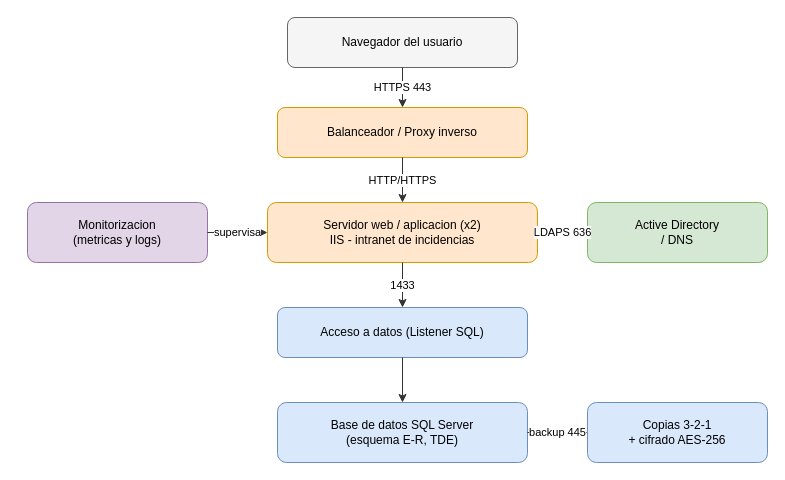
Above: desarrollo/red/diagramas/11-2-componentes.drawio in arnaumartinezmorant-lang/PROYECTO (draw.io), before the change. Source tidied: cells renumbered, new cells numbered last; positions are measured from the earlier drawing's top-left corner, leaving out a move shared by most shapes. Both pictures are drawn from the tidied source at 100%, with x=0, y=0 at pixel (27, 17).
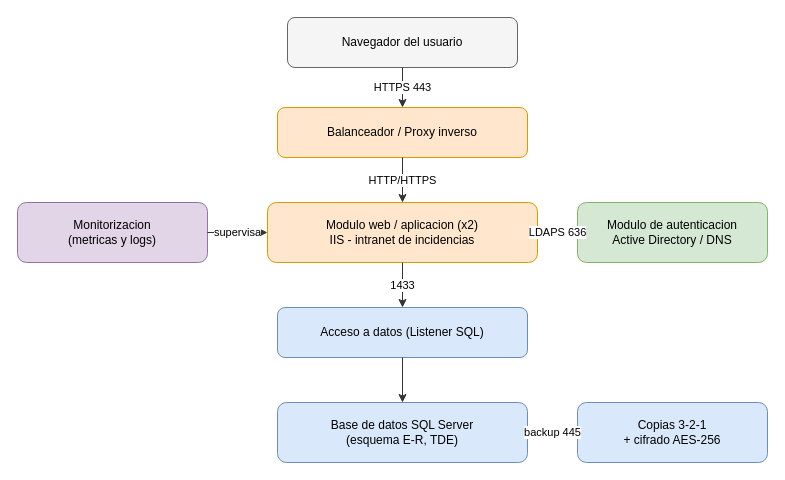
After the change.

The edit, as a diff of the source:
```diff
@@
 <mxGraphModel>
   <root>
     <mxCell id="0" />
     <mxCell id="1" parent="0" />
     <mxCell id="2" value="Navegador del usuario" style="rounded=1;whiteSpace=wrap;html=1;fillColor=#f5f5f5;strokeColor=#666666;fontSize=12;" parent="1" vertex="1">
       <mxGeometry x="260" width="230" height="50" as="geometry" />
     </mxCell>
     <mxCell id="3" value="Balanceador / Proxy inverso" style="rounded=1;whiteSpace=wrap;html=1;fillColor=#ffe6cc;strokeColor=#d79b00;fontSize=12;" parent="1" vertex="1">
       <mxGeometry x="250" y="90" width="250" height="50" as="geometry" />
     </mxCell>
-    <mxCell id="4" value="Servidor web / aplicacion (x2)&#10;IIS - intranet de incidencias" style="rounded=1;whiteSpace=wrap;html=1;fillColor=#ffe6cc;strokeColor=#d79b00;fontSize=12;" parent="1" vertex="1">
+    <mxCell id="4" value="Modulo web / aplicacion (x2)&#10;IIS - intranet de incidencias" style="rounded=1;whiteSpace=wrap;html=1;fillColor=#ffe6cc;strokeColor=#d79b00;fontSize=12;" parent="1" vertex="1">
       <mxGeometry x="240" y="185" width="270" height="60" as="geometry" />
     </mxCell>
     <mxCell id="5" value="Acceso a datos (Listener SQL)" style="rounded=1;whiteSpace=wrap;html=1;fillColor=#dae8fc;strokeColor=#6c8ebf;fontSize=12;" parent="1" vertex="1">
       <mxGeometry x="250" y="290" width="250" height="50" as="geometry" />
     </mxCell>
     <mxCell id="6" value="Base de datos SQL Server&#10;(esquema E-R, TDE)" style="rounded=1;whiteSpace=wrap;html=1;fillColor=#dae8fc;strokeColor=#6c8ebf;fontSize=12;" parent="1" vertex="1">
       <mxGeometry x="250" y="385" width="250" height="60" as="geometry" />
     </mxCell>
-    <mxCell id="7" value="Active Directory&#10;/ DNS" style="rounded=1;whiteSpace=wrap;html=1;fillColor=#d5e8d4;strokeColor=#82b366;fontSize=12;" parent="1" vertex="1">
-      <mxGeometry x="560" y="185" width="180" height="60" as="geometry" />
+    <mxCell id="7" value="Modulo de autenticacion&#10;Active Directory / DNS" style="rounded=1;whiteSpace=wrap;html=1;fillColor=#d5e8d4;strokeColor=#82b366;fontSize=12;" parent="1" vertex="1">
+      <mxGeometry x="550" y="185" width="190" height="60" as="geometry" />
     </mxCell>
     <mxCell id="8" value="Copias 3-2-1&#10;+ cifrado AES-256" style="rounded=1;whiteSpace=wrap;html=1;fillColor=#dae8fc;strokeColor=#6c8ebf;fontSize=12;" parent="1" vertex="1">
-      <mxGeometry x="560" y="385" width="180" height="60" as="geometry" />
+      <mxGeometry x="550" y="385" width="190" height="60" as="geometry" />
     </mxCell>
     <mxCell id="9" value="Monitorizacion&#10;(metricas y logs)" style="rounded=1;whiteSpace=wrap;html=1;fillColor=#e1d5e7;strokeColor=#9673a6;fontSize=12;" parent="1" vertex="1">
-      <mxGeometry y="185" width="180" height="60" as="geometry" />
+      <mxGeometry x="-10" y="185" width="190" height="60" as="geometry" />
     </mxCell>
     <mxCell id="10" value="HTTPS 443" style="endArrow=classic;html=1;rounded=0;strokeColor=#333333;fontSize=11;" parent="1" edge="1" source="2" target="3">
       <mxGeometry relative="1" as="geometry" />
     </mxCell>
     <mxCell id="11" value="HTTP/HTTPS" style="endArrow=classic;html=1;rounded=0;strokeColor=#333333;fontSize=11;" parent="1" edge="1" source="3" target="4">
       <mxGeometry relative="1" as="geometry" />
     </mxCell>
     <mxCell id="12" value="1433" style="endArrow=classic;html=1;rounded=0;strokeColor=#333333;fontSize=11;" parent="1" edge="1" source="4" target="5">
       <mxGeometry relative="1" as="geometry" />
     </mxCell>
     <mxCell id="13" style="endArrow=classic;html=1;rounded=0;strokeColor=#333333;fontSize=11;" parent="1" edge="1" source="5" target="6">
       <mxGeometry relative="1" as="geometry" />
     </mxCell>
     <mxCell id="14" value="LDAPS 636" style="endArrow=classic;html=1;rounded=0;strokeColor=#333333;fontSize=11;" parent="1" edge="1" source="4" target="7">
       <mxGeometry relative="1" as="geometry" />
     </mxCell>
     <mxCell id="15" value="backup 445" style="endArrow=classic;html=1;rounded=0;strokeColor=#333333;fontSize=11;" parent="1" edge="1" source="6" target="8">
       <mxGeometry relative="1" as="geometry" />
     </mxCell>
     <mxCell id="16" value="supervisa" style="endArrow=classic;html=1;rounded=0;strokeColor=#333333;fontSize=11;" parent="1" edge="1" source="9" target="4">
       <mxGeometry relative="1" as="geometry" />
     </mxCell>
   </root>
 </mxGraphModel>
```
